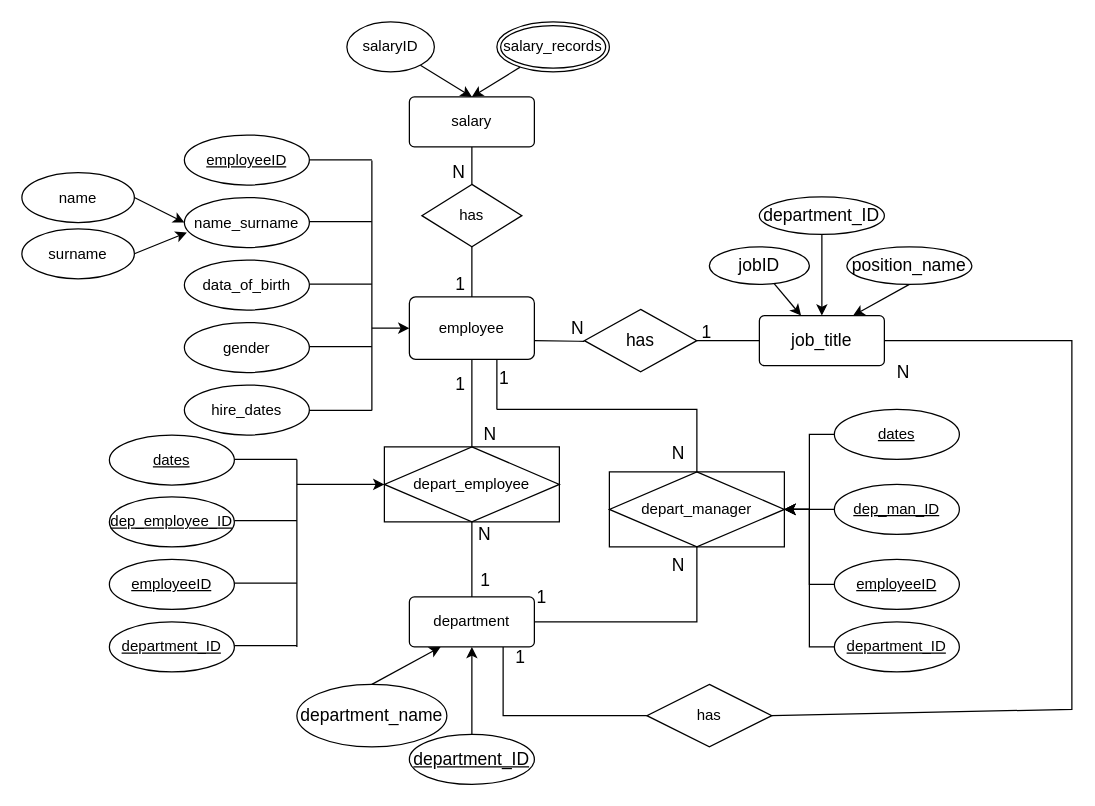
The draw.io diagram Untitled Diagram.drawio in ece98m/webdev_ca1, before the edit. Source tidied: cells renumbered, new cells numbered last; positions are measured from the earlier drawing's top-left corner, leaving out a move shared by most shapes. Both pictures are drawn from the tidied source at 125%, with x=0, y=0 at pixel (21, 21).
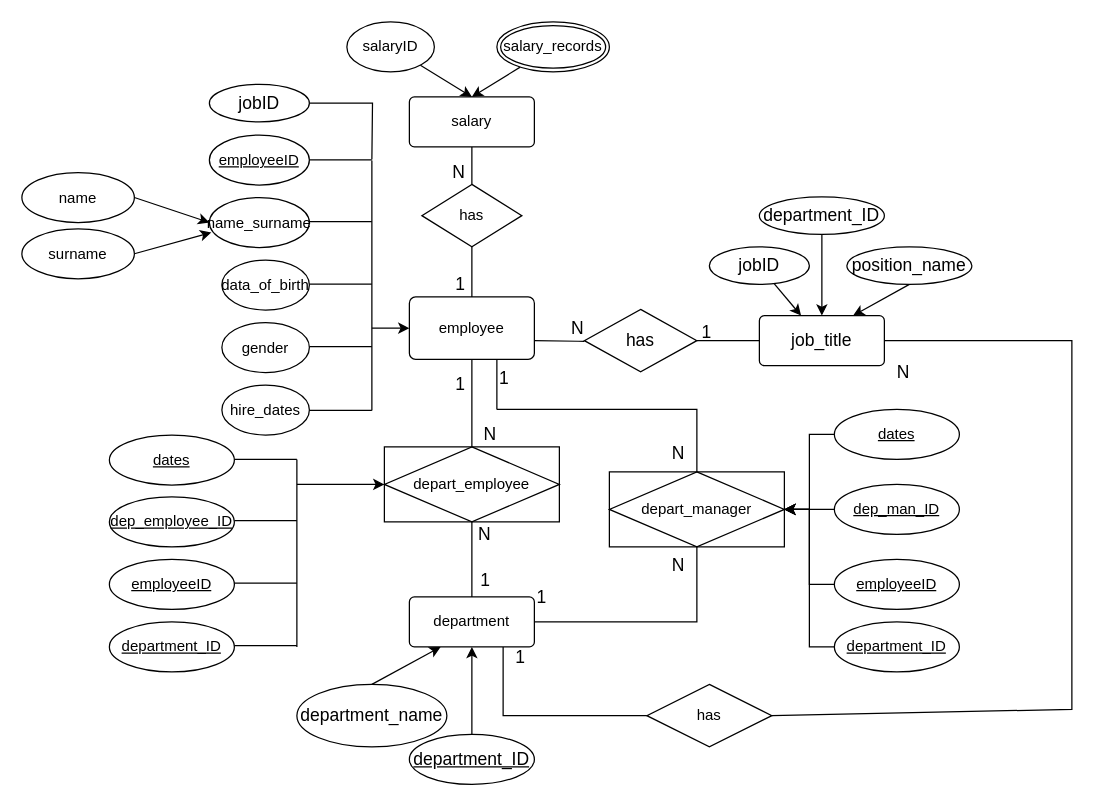
Above is the later version.

Unchanged cells that the change refers to:
```xml
<mxCell id="61" style="group;" parent="1" vertex="1">
  <mxGeometry y="90.5" width="280" height="240" as="geometry" />
</mxCell>
```

Diff of the diagram source:
```diff
@@
     <mxCell id="62" value="employeeID" style="ellipse;whiteSpace=wrap;html=1;align=center;fontStyle=4;" parent="61" vertex="1">
-      <mxGeometry x="130" width="100" height="40" as="geometry" />
+      <mxGeometry x="150" width="80" height="40" as="geometry" />
     </mxCell>
     <mxCell id="63" value="gender" style="ellipse;whiteSpace=wrap;html=1;align=center;" parent="61" vertex="1">
-      <mxGeometry x="130" y="150" width="100" height="40" as="geometry" />
+      <mxGeometry x="160" y="150" width="70" height="40" as="geometry" />
     </mxCell>
     <mxCell id="64" value="data_of_birth" style="ellipse;whiteSpace=wrap;html=1;align=center;" parent="61" vertex="1">
-      <mxGeometry x="130" y="100" width="100" height="40" as="geometry" />
+      <mxGeometry x="160" y="100" width="70" height="40" as="geometry" />
     </mxCell>
     <mxCell id="65" value="name_surname" style="ellipse;whiteSpace=wrap;html=1;align=center;" parent="61" vertex="1">
-      <mxGeometry x="130" y="50" width="100" height="40" as="geometry" />
+      <mxGeometry x="150" y="50" width="80" height="40" as="geometry" />
     </mxCell>
@@
     <mxCell id="70" value="hire_dates" style="ellipse;whiteSpace=wrap;html=1;align=center;fontSize=12;" parent="61" vertex="1">
-      <mxGeometry x="130" y="200" width="100" height="40" as="geometry" />
+      <mxGeometry x="160" y="200" width="70" height="40" as="geometry" />
     </mxCell>
@@
+    <mxCell id="89" style="edgeStyle=orthogonalEdgeStyle;rounded=0;jettySize=auto;html=1;exitX=1;exitY=0.5;exitDx=0;exitDy=0;endArrow=none;endFill=0;" parent="1" edge="1" source="90">
+      <mxGeometry relative="1" as="geometry">
+        <mxPoint x="280" y="110" as="targetPoint" />
+      </mxGeometry>
+    </mxCell>
+    <mxCell id="90" value="jobID" style="ellipse;whiteSpace=wrap;html=1;align=center;fontSize=14;" parent="1" vertex="1">
+      <mxGeometry x="150" y="50" width="80" height="30" as="geometry" />
+    </mxCell>
```
